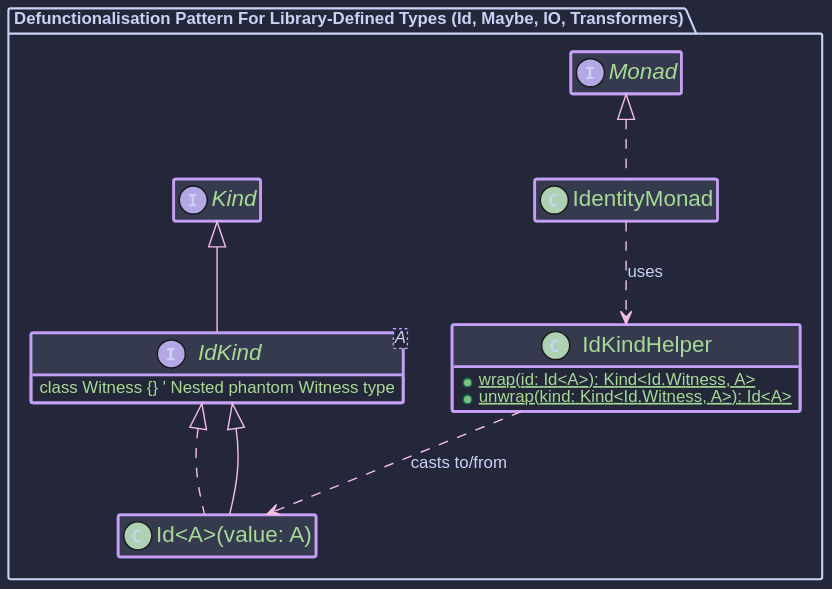
higher-kinded-j/higher-kinded-j keeps this PlantUML diagram as hkj-book/src/images/puml/defunctionalisation_internal.svg. Above is the earlier version. The source it was exported from:
```plantuml
@startuml
!include https://raw.githubusercontent.com/ncosta-ic/catppuccin-macchiato-plantuml-theme/main/theme.puml
hide empty members

package "Defunctionalisation Pattern For Library-Defined Types (Id, Maybe, IO, Transformers)" {


    interface "IdKind<A>" as IdKindInterface extends Kind<Id.Witness, A> {
        class Witness {} ' Nested phantom Witness type
    }
    class "Id<A>(value: A)" as IdRecord implements IdKindInterface {
    }
    IdRecord --|> IdKindInterface

    class "IdKindHelper" as IdKindHelper {
        + {static} wrap(id: Id<A>): Kind<Id.Witness, A>
        + {static} unwrap(kind: Kind<Id.Witness, A>): Id<A>
    }
    IdKindHelper ..> IdRecord : "casts to/from"

    class "IdentityMonad" as IdentityMonad implements Monad<Id.Witness> {
    }
    IdentityMonad ..> IdKindHelper : "uses"

}
@enduml
```
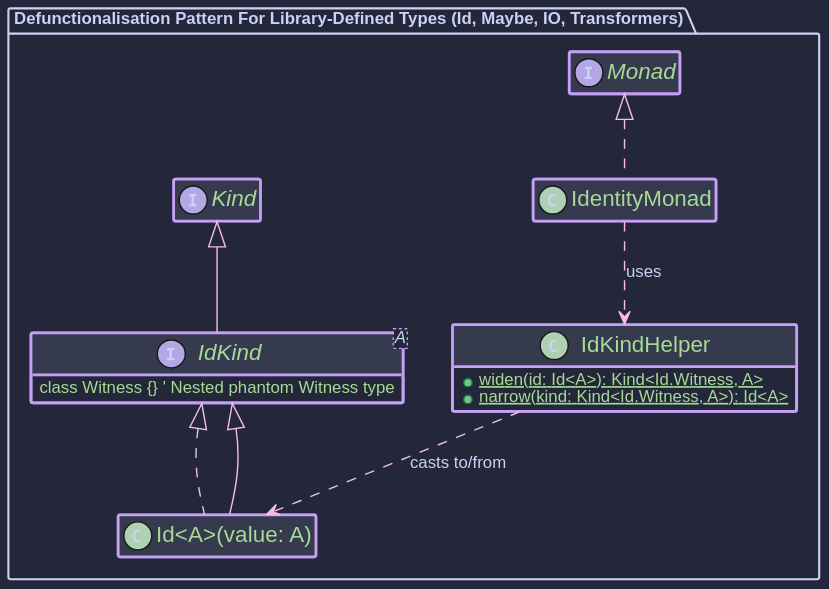
The same file after the commit.

The edit, as a diff of the source:
```diff
@@ -13,8 +13,8 @@
     IdRecord --|> IdKindInterface
 
     class "IdKindHelper" as IdKindHelper {
-        + {static} wrap(id: Id<A>): Kind<Id.Witness, A>
-        + {static} unwrap(kind: Kind<Id.Witness, A>): Id<A>
+        + {static} widen(id: Id<A>): Kind<Id.Witness, A>
+        + {static} narrow(kind: Kind<Id.Witness, A>): Id<A>
     }
     IdKindHelper ..> IdRecord : "casts to/from"
 
```
